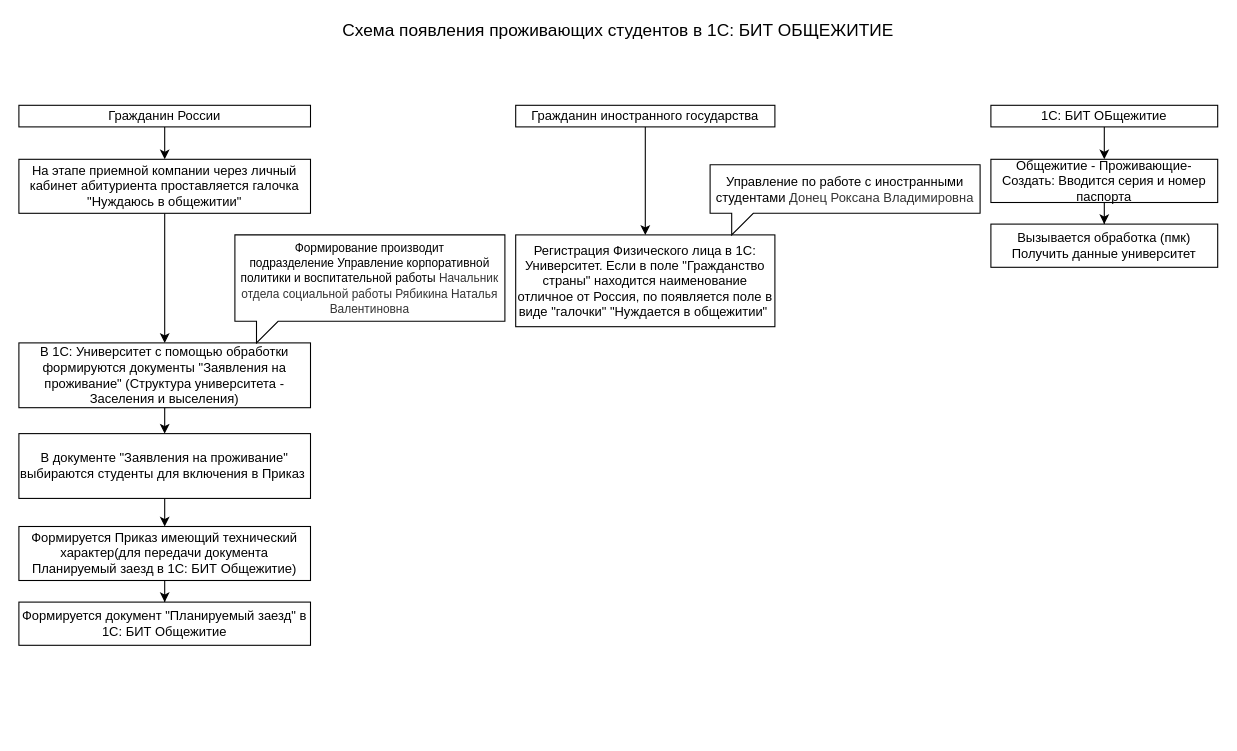
Before: 1C Общежитие.drawio in st00g21/MyRepo2, a draw.io diagram. Source tidied: cells renumbered, new cells numbered last; positions are measured from the earlier drawing's top-left corner, leaving out a move shared by most shapes. Both pictures are drawn from the tidied source at 108%, with x=0, y=0 at pixel (18, 18).
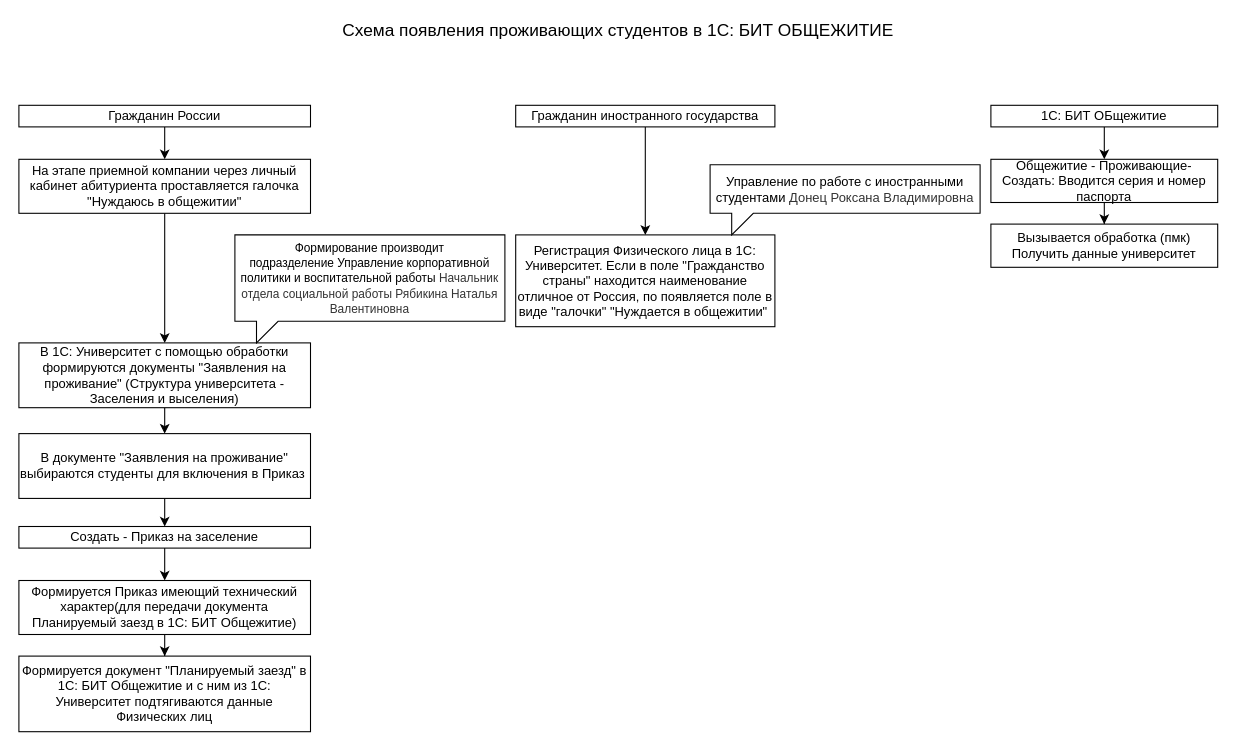
The same page after the edit.

The change refers to these unchanged cells:
```xml
<mxCell id="14" value="В документе &quot;Заявления на проживание&quot; выбираются студенты для включения в Приказ&amp;nbsp;" style="rounded=0;whiteSpace=wrap;html=1;" parent="1" vertex="1">
  <mxGeometry y="384" width="270" height="60" as="geometry" />
</mxCell>
```

Change to the diagram source:
```diff
@@
-    <mxCell id="13" style="edgeStyle=orthogonalEdgeStyle;rounded=0;jettySize=auto;html=1;" parent="1" edge="1" source="14" target="17">
-      <mxGeometry relative="1" as="geometry" />
-    </mxCell>
+    <mxCell id="25" style="edgeStyle=orthogonalEdgeStyle;rounded=0;jettySize=auto;html=1;" parent="1" edge="1" source="14" target="27">
+      <mxGeometry relative="1" as="geometry" />
+    </mxCell>
@@
     <mxCell id="17" value="Формируется Приказ имеющий технический характер(для передачи документа Планируемый заезд в 1С: БИТ Общежитие)" style="rounded=0;whiteSpace=wrap;html=1;" parent="1" vertex="1">
-      <mxGeometry y="470" width="270" height="50" as="geometry" />
+      <mxGeometry y="520" width="270" height="50" as="geometry" />
     </mxCell>
-    <mxCell id="18" value="Формируется документ &quot;Планируемый заезд&quot; в 1С: БИТ Общежитие" style="rounded=0;whiteSpace=wrap;html=1;" parent="1" vertex="1">
-      <mxGeometry y="540" width="270" height="40" as="geometry" />
+    <mxCell id="18" value="Формируется документ &quot;Планируемый заезд&quot; в 1С: БИТ Общежитие и с ним из 1С: Университет подтягиваются данные Физических лиц" style="rounded=0;whiteSpace=wrap;html=1;" parent="1" vertex="1">
+      <mxGeometry y="590" width="270" height="70" as="geometry" />
     </mxCell>
@@
+    <mxCell id="26" style="edgeStyle=orthogonalEdgeStyle;rounded=0;jettySize=auto;html=1;entryX=0.5;entryY=0;entryDx=0;entryDy=0;" parent="1" edge="1" source="27" target="17">
+      <mxGeometry relative="1" as="geometry" />
+    </mxCell>
+    <mxCell id="27" value="Создать - Приказ на заселение" style="rounded=0;whiteSpace=wrap;html=1;" parent="1" vertex="1">
+      <mxGeometry y="470" width="270" height="20" as="geometry" />
+    </mxCell>
```
